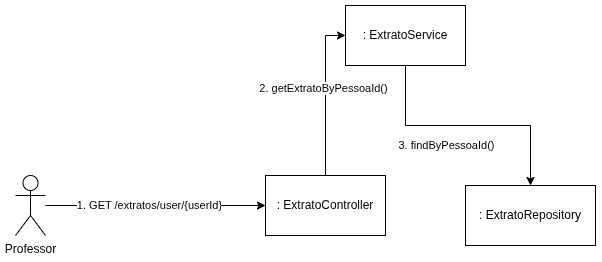
hegdt/lds-3 keeps this draw.io diagram as project/img/comm-ver-extrato.drawio.png. Above is the earlier version. Source tidied: cells renumbered, new cells last; positions are measured from the earlier drawing's top-left corner, leaving out a move shared by most shapes.
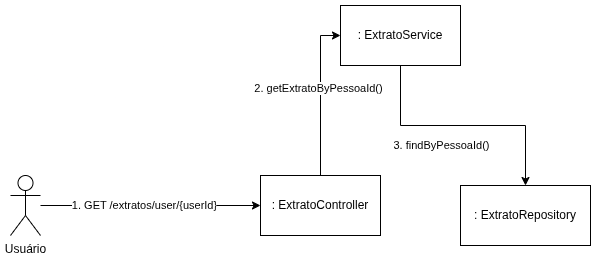
Above is the later version.

Commit message:
update ver extrato

Change to the diagram source:
```diff
@@ -2,17 +2,17 @@
   <root>
     <mxCell id="0" />
     <mxCell id="1" parent="0" />
-    <mxCell id="2" style="edgeStyle=orthogonalEdgeStyle;rounded=0;jettySize=auto;html=1;entryX=0;entryY=0.5;entryDx=0;entryDy=0;strokeColor=default;endArrow=classic;startFill=0;endFill=1;" parent="1" edge="1" source="4" target="7">
-      <mxGeometry relative="1" as="geometry" />
-    </mxCell>
+    <mxCell id="12" style="edgeStyle=orthogonalEdgeStyle;rounded=0;jettySize=auto;html=1;entryX=0;entryY=0.5;entryDx=0;entryDy=0;strokeColor=default;endArrow=classic;startFill=0;endFill=1;" parent="1" edge="1" source="13" target="7">
+      <mxGeometry relative="1" as="geometry" />
+    </mxCell>
-    <mxCell id="3" value="1. GET /extratos/user/{userId}" style="edgeLabel;html=1;align=center;verticalAlign=middle;" parent="2" vertex="1">
+    <mxCell id="3" value="1. GET /extratos/user/{userId}" style="edgeLabel;html=1;align=center;verticalAlign=middle;" parent="12" vertex="1">
       <mxGeometry x="-0.23" relative="1" as="geometry">
         <mxPoint x="19" as="offset" />
       </mxGeometry>
     </mxCell>
-    <mxCell id="4" value="Professor" style="shape=umlActor;verticalLabelPosition=bottom;verticalAlign=top;html=1;outlineConnect=0;" parent="1" vertex="1">
-      <mxGeometry y="170" width="30" height="60" as="geometry" />
-    </mxCell>
+    <mxCell id="13" value="Usuário" style="shape=umlActor;verticalLabelPosition=bottom;verticalAlign=top;html=1;outlineConnect=0;" parent="1" vertex="1">
+      <mxGeometry y="170" width="30" height="60" as="geometry" />
+    </mxCell>
     <mxCell id="5" style="edgeStyle=orthogonalEdgeStyle;rounded=0;jettySize=auto;html=1;entryX=0;entryY=0.5;entryDx=0;entryDy=0;endArrow=classic;startFill=0;endFill=1;" parent="1" edge="1" source="7" target="10">
       <mxGeometry relative="1" as="geometry" />
     </mxCell>
```
